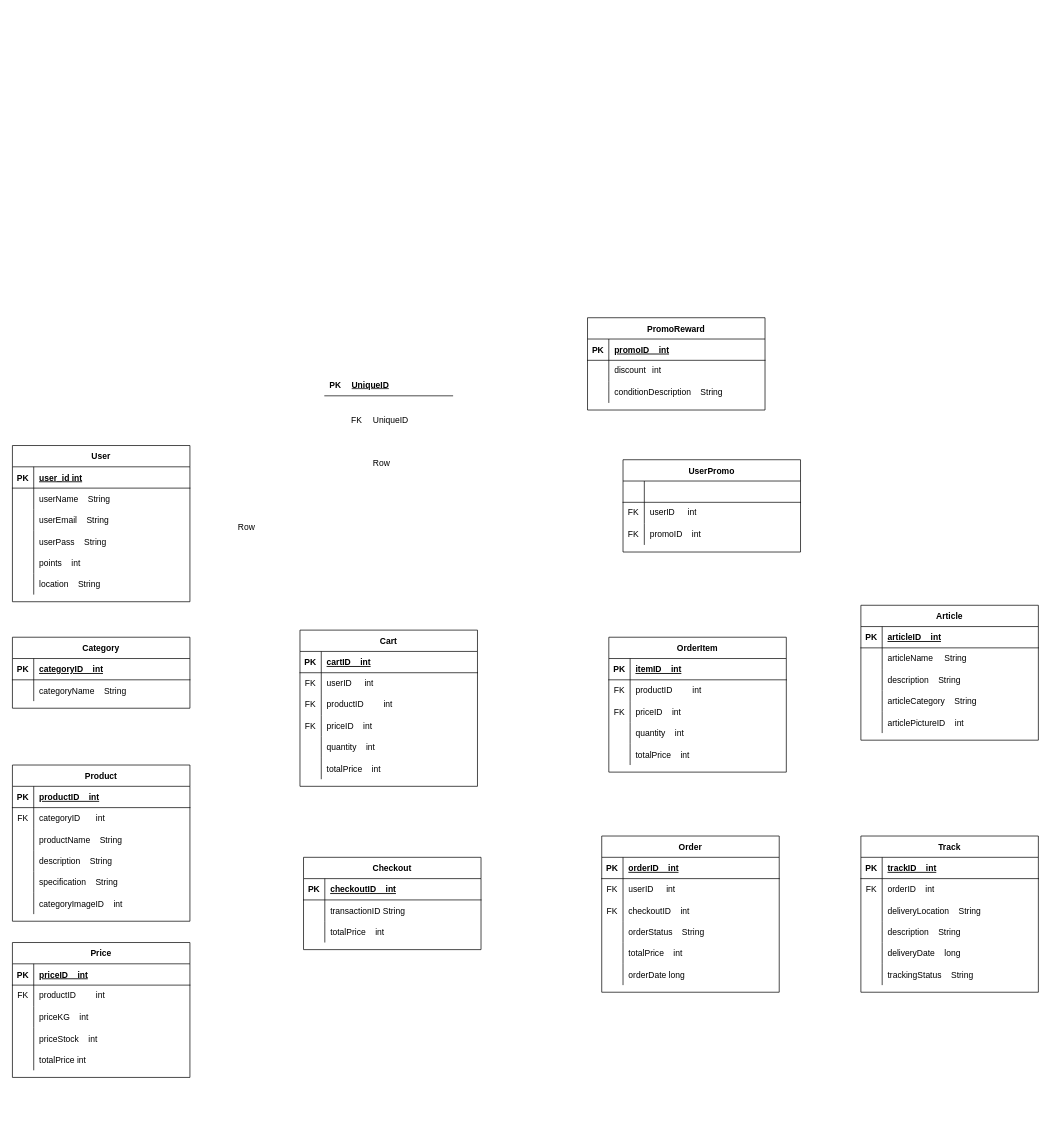
This is ERD.drawio from DevX300/TaniMart-UML, a draw.io file, before an edit. Source tidied: cells renumbered, new cells numbered last; positions are measured from the earlier drawing's top-left corner, leaving out a move shared by most shapes. Both pictures are drawn from the tidied source at 71%, with x=0, y=0 at pixel (12, 317).
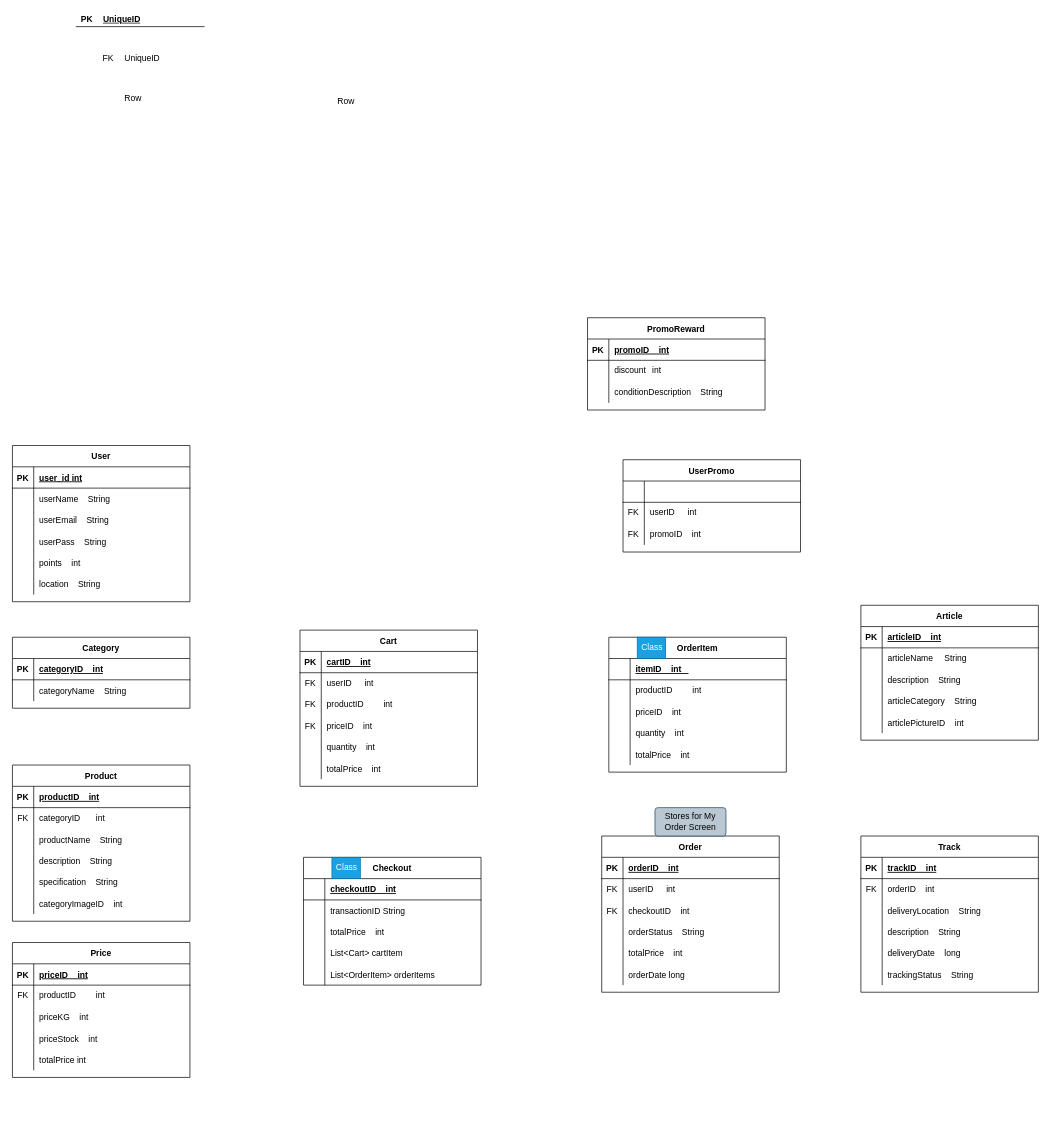
After the change.

Unchanged cells that the change refers to:
```xml
<mxCell id="103" style="shape=partialRectangle;fillColor=none;top=0;left=0;right=0;bottom=1;" parent="102" vertex="1">
  <mxGeometry y="30" width="250" height="30" as="geometry" />
</mxCell>
<mxCell id="106" style="shape=tableRow;horizontal=0;startSize=0;swimlaneHead=0;swimlaneBody=0;fillColor=none;top=0;left=0;right=0;bottom=0;" parent="102" vertex="1">
  <mxGeometry y="60" width="250" height="30" as="geometry" />
</mxCell>
<mxCell id="109" style="shape=partialRectangle;fillColor=none;top=0;left=0;right=0;bottom=0;" parent="102" vertex="1">
  <mxGeometry y="90" width="250" height="30" as="geometry" />
</mxCell>
<mxCell id="119" style="shape=partialRectangle;fillColor=none;top=0;left=0;right=0;bottom=1;" parent="118" vertex="1">
  <mxGeometry y="30" width="250" height="30" as="geometry" />
</mxCell>
```

What changed in the source:
```diff
@@
     <mxCell id="21" style="shape=table;startSize=0;childLayout=tableLayout;rowLines=0;fontStyle=0;align=center;strokeColor=none;fillColor=none;" parent="1" vertex="1">
-      <mxGeometry x="440" y="80" width="180" height="30" as="geometry" />
+      <mxGeometry x="90" y="-430" width="180" height="20" as="geometry" />
     </mxCell>
     <mxCell id="22" style="shape=tableRow;horizontal=0;startSize=0;swimlaneHead=0;swimlaneBody=0;fillColor=none;top=0;left=0;right=0;bottom=1;" parent="21" vertex="1">
-      <mxGeometry width="180" height="30" as="geometry" />
+      <mxGeometry width="180" height="20" as="geometry" />
     </mxCell>
     <mxCell id="23" value="PK" style="shape=partialRectangle;fillColor=none;top=0;left=0;bottom=0;right=0;fontStyle=1;overflow=hidden;whiteSpace=wrap;html=1;" parent="22" vertex="1">
-      <mxGeometry width="30" height="30" as="geometry" />
+      <mxGeometry width="30" height="20" as="geometry" />
     </mxCell>
     <mxCell id="24" value="UniqueID" style="shape=partialRectangle;fillColor=none;top=0;left=0;bottom=0;right=0;align=left;spacingLeft=6;fontStyle=5;overflow=hidden;whiteSpace=wrap;html=1;" parent="22" vertex="1">
-      <mxGeometry x="30" width="150" height="30" as="geometry" />
+      <mxGeometry x="30" width="150" height="20" as="geometry" />
     </mxCell>
     <mxCell id="25" style="shape=table;startSize=0;childLayout=tableLayout;rowLines=0;fontStyle=0;align=center;strokeColor=none;fillColor=none;" parent="1" vertex="1">
-      <mxGeometry x="470" y="130" width="180" height="30" as="geometry" />
+      <mxGeometry x="120" y="-380" width="180" height="30" as="geometry" />
     </mxCell>
@@
     <mxCell id="29" style="shape=table;startSize=0;childLayout=tableLayout;rowLines=0;fontStyle=0;align=center;strokeColor=none;fillColor=none;whiteSpace=wrap;html=1;" parent="1" vertex="1">
-      <mxGeometry x="280" y="280" width="180" height="30" as="geometry" />
+      <mxGeometry x="420" y="-320" width="180" height="30" as="geometry" />
     </mxCell>
@@
     <mxCell id="33" style="shape=table;startSize=0;childLayout=tableLayout;rowLines=0;fontStyle=0;align=center;strokeColor=none;fillColor=none;whiteSpace=wrap;html=1;" parent="1" vertex="1">
-      <mxGeometry x="470" y="190" width="180" height="30" as="geometry" />
+      <mxGeometry x="120" y="-320" width="180" height="20" as="geometry" />
     </mxCell>
     <mxCell id="34" style="shape=tableRow;horizontal=0;startSize=0;swimlaneHead=0;swimlaneBody=0;fillColor=none;top=0;left=0;right=0;bottom=0;" parent="33" vertex="1">
-      <mxGeometry width="180" height="30" as="geometry" />
+      <mxGeometry width="180" height="20" as="geometry" />
     </mxCell>
     <mxCell id="35" style="shape=partialRectangle;fillColor=none;top=0;left=0;bottom=0;right=0;overflow=hidden;" parent="34" vertex="1">
-      <mxGeometry width="30" height="30" as="geometry" />
+      <mxGeometry width="30" height="20" as="geometry" />
     </mxCell>
     <mxCell id="36" value="Row" style="shape=partialRectangle;fillColor=none;top=0;left=0;bottom=0;right=0;align=left;spacingLeft=6;overflow=hidden;" parent="34" vertex="1">
-      <mxGeometry x="30" width="150" height="30" as="geometry" />
+      <mxGeometry x="30" width="150" height="20" as="geometry" />
     </mxCell>
@@
-    <mxCell id="104" value="PK" style="shape=partialRectangle;overflow=hidden;fillColor=none;top=0;left=0;bottom=0;right=0;fontStyle=1;" parent="103" vertex="1">
+    <mxCell id="104" style="shape=partialRectangle;overflow=hidden;fillColor=none;top=0;left=0;bottom=0;right=0;fontStyle=1;" parent="103" vertex="1">
       <mxGeometry width="30" height="30" as="geometry" />
     </mxCell>
-    <mxCell id="105" value="itemID    int" style="shape=partialRectangle;overflow=hidden;fillColor=none;top=0;left=0;bottom=0;right=0;align=left;spacingLeft=6;fontStyle=5;" parent="103" vertex="1">
+    <mxCell id="105" value="itemID    int   " style="shape=partialRectangle;overflow=hidden;fillColor=none;top=0;left=0;bottom=0;right=0;align=left;spacingLeft=6;fontStyle=5;" parent="103" vertex="1">
       <mxGeometry x="30" width="220" height="30" as="geometry" />
     </mxCell>
@@
-    <mxCell id="107" value="FK" style="shape=partialRectangle;fillColor=none;top=0;left=0;bottom=0;right=0;fontStyle=0;overflow=hidden;whiteSpace=wrap;html=1;" parent="106" vertex="1">
+    <mxCell id="107" style="shape=partialRectangle;fillColor=none;top=0;left=0;bottom=0;right=0;fontStyle=0;overflow=hidden;whiteSpace=wrap;html=1;" parent="106" vertex="1">
       <mxGeometry width="30" height="30" as="geometry" />
     </mxCell>
@@
-    <mxCell id="110" value="FK" style="shape=partialRectangle;overflow=hidden;fillColor=none;top=0;left=0;bottom=0;right=0;" parent="109" vertex="1">
+    <mxCell id="110" style="shape=partialRectangle;overflow=hidden;fillColor=none;top=0;left=0;bottom=0;right=0;" parent="109" vertex="1">
       <mxGeometry width="30" height="30" as="geometry" />
     </mxCell>
@@
     <mxCell id="118" value="Checkout" style="shape=table;startSize=30;childLayout=tableLayout;rowLines=0;fontStyle=1;align=center;" parent="1" vertex="1">
-      <mxGeometry x="410" y="760" width="250" height="130" as="geometry" />
+      <mxGeometry x="410" y="760" width="250" height="180" as="geometry" />
     </mxCell>
@@
-    <mxCell id="120" value="PK" style="shape=partialRectangle;overflow=hidden;fillColor=none;top=0;left=0;bottom=0;right=0;fontStyle=1;" parent="119" vertex="1">
+    <mxCell id="120" style="shape=partialRectangle;overflow=hidden;fillColor=none;top=0;left=0;bottom=0;right=0;fontStyle=1;" parent="119" vertex="1">
       <mxGeometry width="30" height="30" as="geometry" />
     </mxCell>
@@
+    <mxCell id="202" style="shape=tableRow;horizontal=0;startSize=0;swimlaneHead=0;swimlaneBody=0;fillColor=none;top=0;left=0;right=0;bottom=0;" parent="118" vertex="1">
+      <mxGeometry y="120" width="250" height="30" as="geometry" />
+    </mxCell>
+    <mxCell id="203" style="shape=partialRectangle;fillColor=none;top=0;left=0;bottom=0;right=0;overflow=hidden;" parent="202" vertex="1">
+      <mxGeometry width="30" height="30" as="geometry" />
+    </mxCell>
+    <mxCell id="204" value="List&lt;Cart&gt; cartItem" style="shape=partialRectangle;fillColor=none;top=0;left=0;bottom=0;right=0;align=left;spacingLeft=6;overflow=hidden;" parent="202" vertex="1">
+      <mxGeometry x="30" width="220" height="30" as="geometry" />
+    </mxCell>
+    <mxCell id="205" style="shape=tableRow;horizontal=0;startSize=0;swimlaneHead=0;swimlaneBody=0;fillColor=none;top=0;left=0;right=0;bottom=0;" parent="118" vertex="1">
+      <mxGeometry y="150" width="250" height="30" as="geometry" />
+    </mxCell>
+    <mxCell id="206" style="shape=partialRectangle;fillColor=none;top=0;left=0;bottom=0;right=0;overflow=hidden;" parent="205" vertex="1">
+      <mxGeometry width="30" height="30" as="geometry" />
+    </mxCell>
+    <mxCell id="207" value="List&lt;OrderItem&gt; orderItems" style="shape=partialRectangle;fillColor=none;top=0;left=0;bottom=0;right=0;align=left;spacingLeft=6;overflow=hidden;" parent="205" vertex="1">
+      <mxGeometry x="30" width="220" height="30" as="geometry" />
+    </mxCell>
@@
+    <mxCell id="208" style="shape=tableRow;horizontal=0;startSize=0;swimlaneHead=0;swimlaneBody=0;fillColor=none;top=0;left=0;right=0;bottom=0;" parent="1" vertex="1">
+      <mxGeometry x="420" y="880" width="240" height="30" as="geometry" />
+    </mxCell>
+    <mxCell id="209" style="shape=partialRectangle;fillColor=none;top=0;left=0;bottom=0;right=0;overflow=hidden;" parent="208" vertex="1">
+      <mxGeometry width="30" height="30" as="geometry" />
+    </mxCell>
+    <mxCell id="210" value="Class" style="text;strokeColor=#006EAF;fillColor=#1ba1e2;spacingLeft=4;spacingRight=4;overflow=hidden;fontSize=12;whiteSpace=wrap;html=1;fontColor=#ffffff;" parent="1" vertex="1">
+      <mxGeometry x="450" y="760" width="40" height="30" as="geometry" />
+    </mxCell>
+    <mxCell id="211" value="Class" style="text;strokeColor=#006EAF;fillColor=#1ba1e2;spacingLeft=4;spacingRight=4;overflow=hidden;fontSize=12;whiteSpace=wrap;html=1;fontColor=#ffffff;" parent="1" vertex="1">
+      <mxGeometry x="880" y="450" width="40" height="30" as="geometry" />
+    </mxCell>
+    <mxCell id="212" value="Stores for My Order Screen" style="rounded=1;arcSize=10;whiteSpace=wrap;html=1;align=center;fillColor=#bac8d3;strokeColor=#23445d;" parent="1" vertex="1">
+      <mxGeometry x="905" y="690" width="100" height="40" as="geometry" />
+    </mxCell>
```
